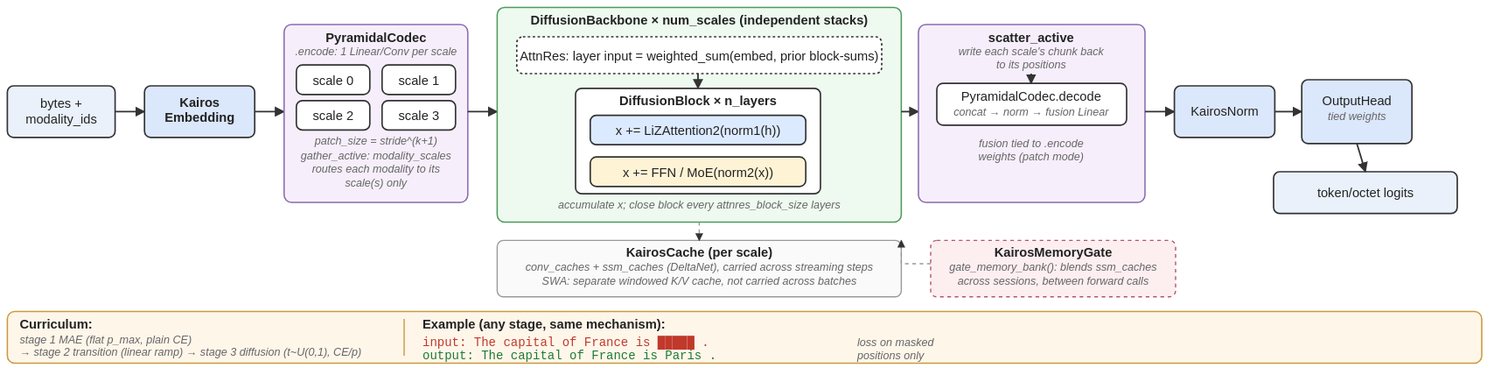
The PlantUML diagram docs/architecture/kairos_architecture.svg in fabienfrfr/Kairos, before a commit. Its source is kept beside it as docs/architecture/kairos_architecture.puml.
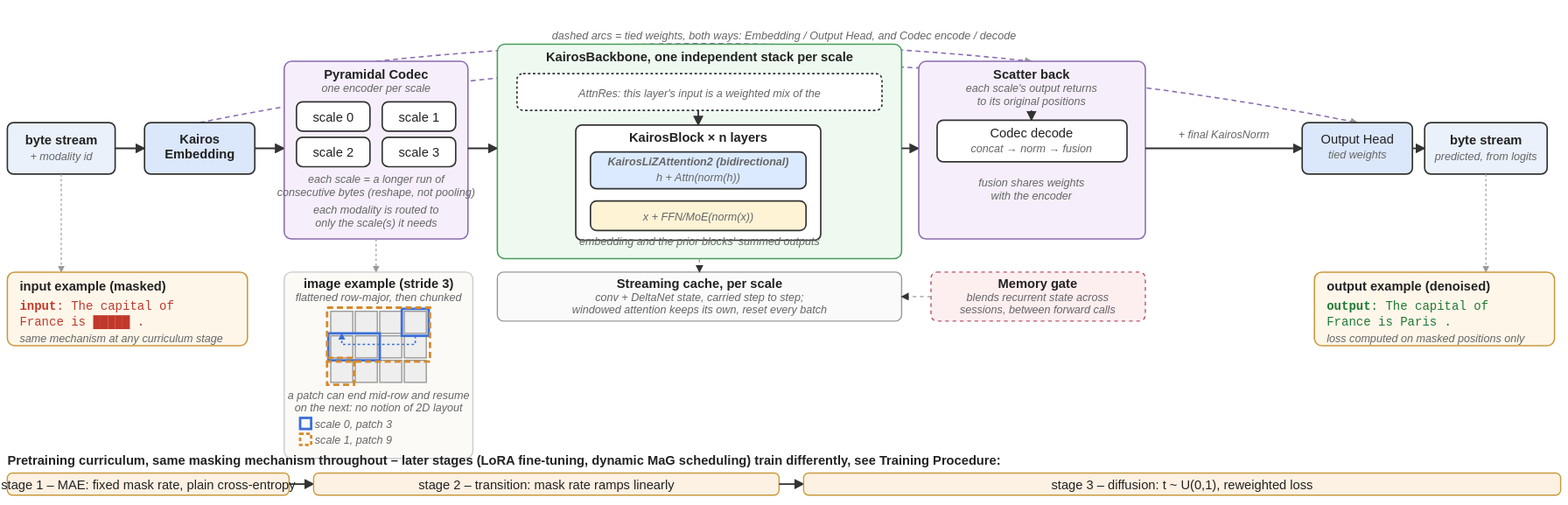
The same diagram one commit later.

Commit message:
refactor: rename DiffusionBlock/KairosDiffusionBackbone to KairosBlock/KairosBackbone

Diff of the diagram source:
```diff
@@ -36,7 +36,7 @@
     :PyramidalConvCodec.encode\n(B, T, d) → (B, T/3, d);
 }
 
-partition "3. KairosDiffusionBackbone" #FEF9E7 {
+partition "3. KairosBackbone" #FEF9E7 {
     note right
         **Attention Residual (AttnRes)**
         * Softmax over all prior layer outputs
```
